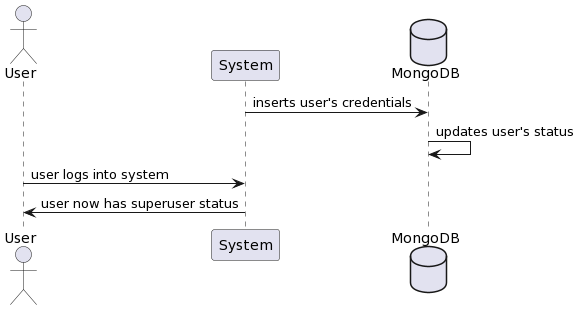
Above: docs/images/06_add_superuser.png in Arquisoft/dede_es6c (PlantUML), before the change. Its diagram source:
```plantuml
@startuml
actor User
participant System
database MongoDB

System->MongoDB: inserts user's credentials
MongoDB->MongoDB: updates user's status
User->System: user logs into system
System->User: user now has superuser status
@enduml
```
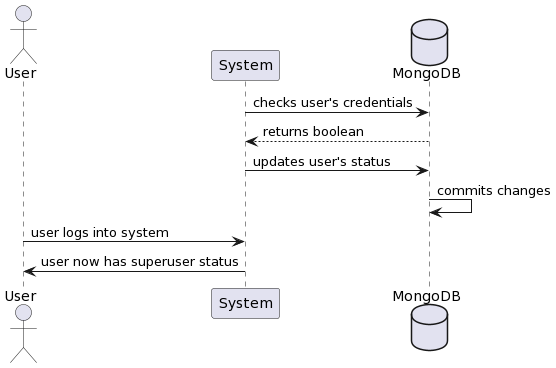
Later version of the same file.

Commit message:
mejor diagrama

What changed in the source:
```diff
@@ -3,8 +3,10 @@
 participant System
 database MongoDB
 
-System->MongoDB: inserts user's credentials
-MongoDB->MongoDB: updates user's status
+System->MongoDB: checks user's credentials
+MongoDB-->System: returns boolean
+System->MongoDB: updates user's status
+MongoDB->MongoDB: commits changes
 User->System: user logs into system
 System->User: user now has superuser status
 @enduml
```
